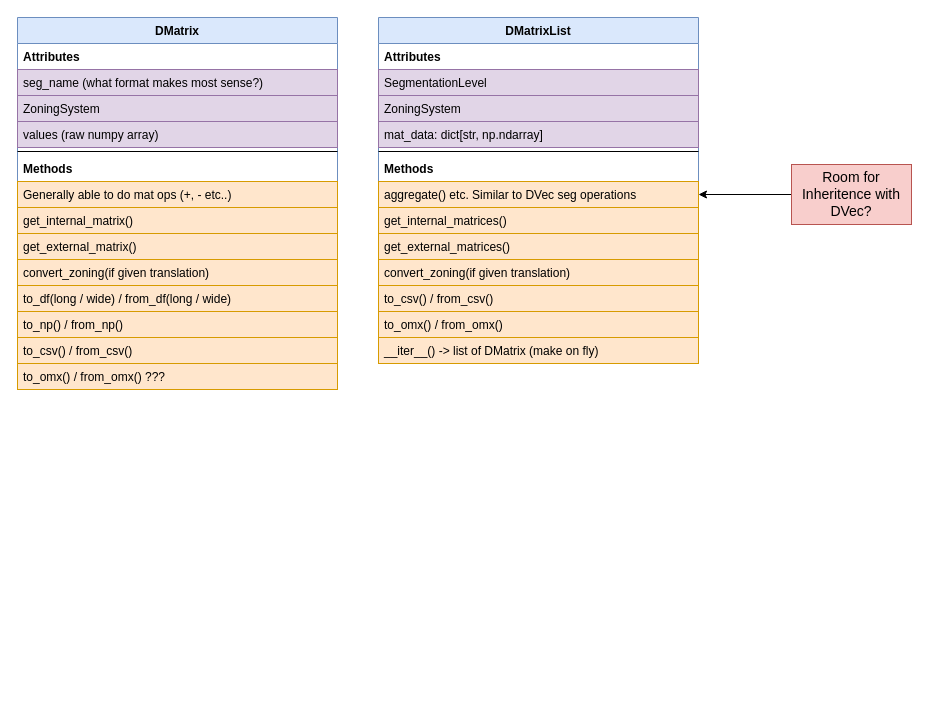
This is docs/op_models/DMat.drawio from Transport-for-the-North/NorMITs-Demand, a draw.io file, before an edit. Source tidied: cells renumbered, new cells numbered last; positions are measured from the earlier drawing's top-left corner, leaving out a move shared by most shapes. Both pictures are drawn from the tidied source at 100%, with x=0, y=0 at pixel (17, 17).
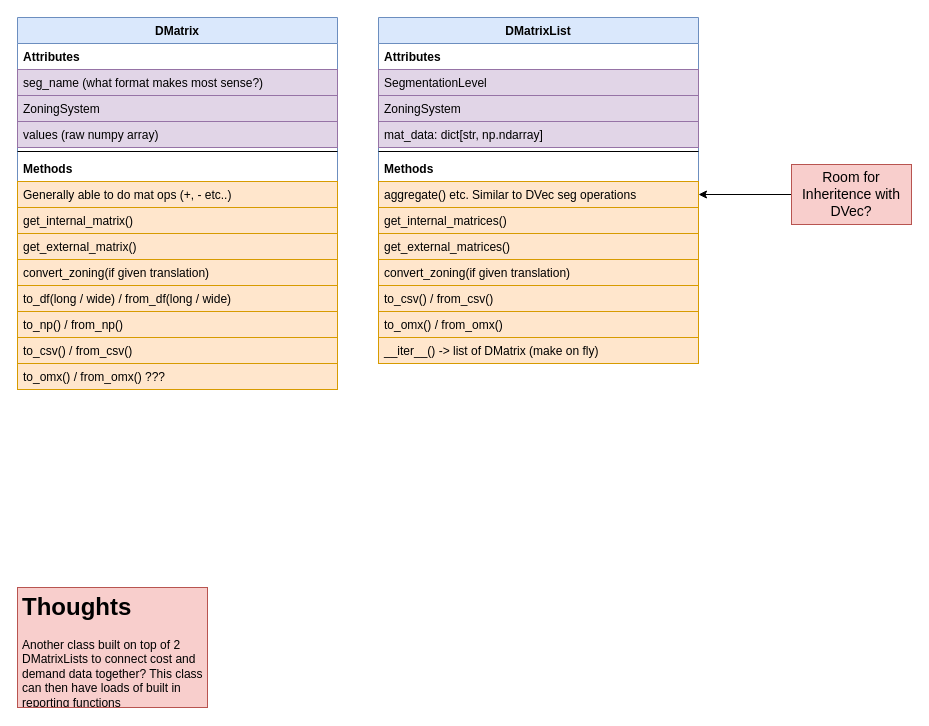
After the change.

What changed in the source:
```diff
@@
+    <mxCell id="33" value="&lt;h1&gt;Thoughts&lt;/h1&gt;&lt;p&gt;Another class built on top of 2 DMatrixLists to connect cost and demand data together? This class can then have loads of built in reporting functions&lt;br&gt;&lt;/p&gt;" style="text;html=1;strokeColor=#b85450;fillColor=#f8cecc;spacing=5;spacingTop=-20;whiteSpace=wrap;overflow=hidden;rounded=0;" parent="1" vertex="1">
+      <mxGeometry y="570" width="190" height="120" as="geometry" />
+    </mxCell>
```
